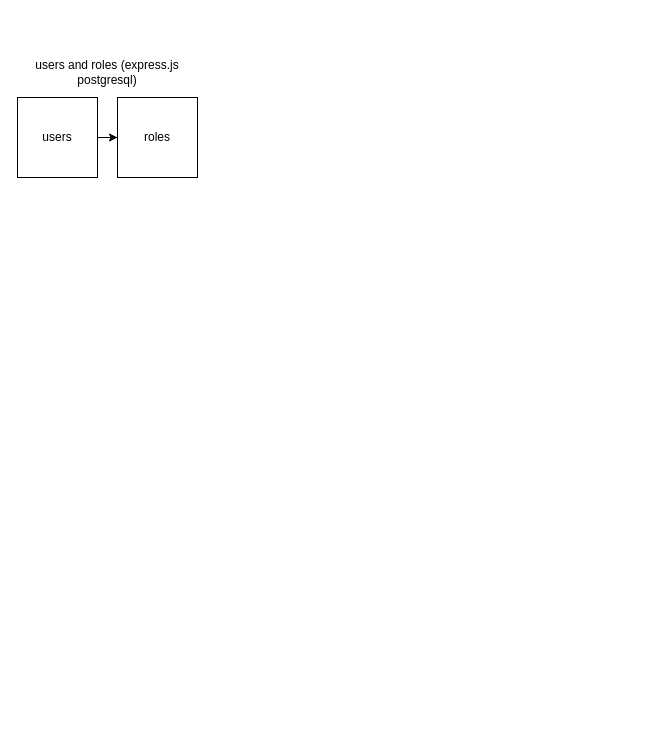
The draw.io diagram Untitled Diagram.drawio in sagsoz06/nextjs-course-demo, before the edit. Source tidied: cells renumbered, new cells numbered last; positions are measured from the earlier drawing's top-left corner, leaving out a move shared by most shapes. Both pictures are drawn from the tidied source at 100%, with x=0, y=0 at pixel (17, 57).
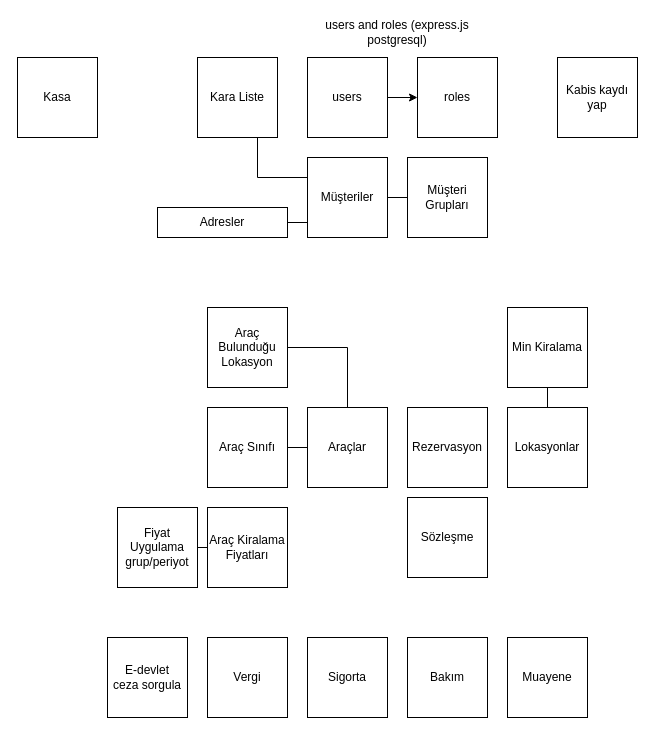
After the change.

Change to the diagram source:
```diff
@@
     <mxCell id="3" value="users" style="whiteSpace=wrap;html=1;" parent="1" vertex="1">
-      <mxGeometry y="40" width="80" height="80" as="geometry" />
+      <mxGeometry x="290" width="80" height="80" as="geometry" />
     </mxCell>
     <mxCell id="4" value="roles" style="whiteSpace=wrap;html=1;" parent="1" vertex="1">
-      <mxGeometry x="100" y="40" width="80" height="80" as="geometry" />
+      <mxGeometry x="400" width="80" height="80" as="geometry" />
     </mxCell>
     <mxCell id="5" value="users and roles (express.js postgresql)" style="text;html=1;strokeColor=none;fillColor=none;align=center;verticalAlign=middle;whiteSpace=wrap;rounded=0;" parent="1" vertex="1">
-      <mxGeometry width="180" height="30" as="geometry" />
+      <mxGeometry x="280" y="-40" width="200" height="30" as="geometry" />
     </mxCell>
+    <mxCell id="6" value="E-devlet&lt;br&gt;ceza sorgula" style="whiteSpace=wrap;html=1;" parent="1" vertex="1">
+      <mxGeometry x="90" y="580" width="80" height="80" as="geometry" />
+    </mxCell>
+    <mxCell id="7" value="Kabis kaydı yap" style="whiteSpace=wrap;html=1;" parent="1" vertex="1">
+      <mxGeometry x="540" width="80" height="80" as="geometry" />
+    </mxCell>
+    <mxCell id="8" value="Araç Bulunduğu Lokasyon" style="whiteSpace=wrap;html=1;" parent="1" vertex="1">
+      <mxGeometry x="190" y="250" width="80" height="80" as="geometry" />
+    </mxCell>
+    <mxCell id="9" value="Rezervasyon" style="whiteSpace=wrap;html=1;" parent="1" vertex="1">
+      <mxGeometry x="390" y="350" width="80" height="80" as="geometry" />
+    </mxCell>
+    <mxCell id="10" style="edgeStyle=orthogonalEdgeStyle;rounded=0;jettySize=auto;html=1;exitX=0.5;exitY=0;exitDx=0;exitDy=0;entryX=1;entryY=0.5;entryDx=0;entryDy=0;endArrow=none;endFill=0;" parent="1" edge="1" source="11" target="8">
+      <mxGeometry relative="1" as="geometry" />
+    </mxCell>
+    <mxCell id="11" value="Araçlar" style="whiteSpace=wrap;html=1;" parent="1" vertex="1">
+      <mxGeometry x="290" y="350" width="80" height="80" as="geometry" />
+    </mxCell>
+    <mxCell id="12" style="edgeStyle=orthogonalEdgeStyle;rounded=0;jettySize=auto;html=1;exitX=1;exitY=0.5;exitDx=0;exitDy=0;entryX=0;entryY=0.5;entryDx=0;entryDy=0;endArrow=none;endFill=0;" parent="1" edge="1" source="13" target="11">
+      <mxGeometry relative="1" as="geometry" />
+    </mxCell>
+    <mxCell id="13" value="Araç Sınıfı" style="whiteSpace=wrap;html=1;" parent="1" vertex="1">
+      <mxGeometry x="190" y="350" width="80" height="80" as="geometry" />
+    </mxCell>
+    <mxCell id="14" style="edgeStyle=orthogonalEdgeStyle;rounded=0;jettySize=auto;html=1;exitX=0;exitY=0.5;exitDx=0;exitDy=0;entryX=1;entryY=0.5;entryDx=0;entryDy=0;endArrow=none;endFill=0;" parent="1" edge="1" source="15" target="16">
+      <mxGeometry relative="1" as="geometry" />
+    </mxCell>
+    <mxCell id="15" value="Araç Kiralama Fiyatları" style="whiteSpace=wrap;html=1;" parent="1" vertex="1">
+      <mxGeometry x="190" y="450" width="80" height="80" as="geometry" />
+    </mxCell>
+    <mxCell id="16" value="Fiyat Uygulama grup/periyot" style="whiteSpace=wrap;html=1;" parent="1" vertex="1">
+      <mxGeometry x="100" y="450" width="80" height="80" as="geometry" />
+    </mxCell>
+    <mxCell id="17" value="Vergi" style="whiteSpace=wrap;html=1;" parent="1" vertex="1">
+      <mxGeometry x="190" y="580" width="80" height="80" as="geometry" />
+    </mxCell>
+    <mxCell id="18" value="Sigorta" style="whiteSpace=wrap;html=1;" parent="1" vertex="1">
+      <mxGeometry x="290" y="580" width="80" height="80" as="geometry" />
+    </mxCell>
+    <mxCell id="19" value="Kasa" style="whiteSpace=wrap;html=1;" parent="1" vertex="1">
+      <mxGeometry width="80" height="80" as="geometry" />
+    </mxCell>
+    <mxCell id="20" value="Sözleşme" style="whiteSpace=wrap;html=1;" parent="1" vertex="1">
+      <mxGeometry x="390" y="440" width="80" height="80" as="geometry" />
+    </mxCell>
+    <mxCell id="21" value="Bakım" style="whiteSpace=wrap;html=1;" parent="1" vertex="1">
+      <mxGeometry x="390" y="580" width="80" height="80" as="geometry" />
+    </mxCell>
+    <mxCell id="22" value="Muayene" style="whiteSpace=wrap;html=1;" parent="1" vertex="1">
+      <mxGeometry x="490" y="580" width="80" height="80" as="geometry" />
+    </mxCell>
+    <mxCell id="23" style="edgeStyle=orthogonalEdgeStyle;rounded=0;jettySize=auto;html=1;exitX=1;exitY=0.5;exitDx=0;exitDy=0;entryX=0;entryY=0.5;entryDx=0;entryDy=0;endArrow=none;endFill=0;" parent="1" edge="1" source="24" target="25">
+      <mxGeometry relative="1" as="geometry" />
+    </mxCell>
+    <mxCell id="24" value="Müşteriler" style="whiteSpace=wrap;html=1;" parent="1" vertex="1">
+      <mxGeometry x="290" y="100" width="80" height="80" as="geometry" />
+    </mxCell>
+    <mxCell id="25" value="Müşteri Grupları" style="whiteSpace=wrap;html=1;" parent="1" vertex="1">
+      <mxGeometry x="390" y="100" width="80" height="80" as="geometry" />
+    </mxCell>
+    <mxCell id="26" style="edgeStyle=orthogonalEdgeStyle;rounded=0;jettySize=auto;html=1;exitX=0.75;exitY=1;exitDx=0;exitDy=0;entryX=0;entryY=0.25;entryDx=0;entryDy=0;endArrow=none;endFill=0;" parent="1" edge="1" source="27" target="24">
+      <mxGeometry relative="1" as="geometry" />
+    </mxCell>
+    <mxCell id="27" value="Kara Liste" style="whiteSpace=wrap;html=1;" parent="1" vertex="1">
+      <mxGeometry x="180" width="80" height="80" as="geometry" />
+    </mxCell>
+    <mxCell id="28" style="edgeStyle=orthogonalEdgeStyle;rounded=0;jettySize=auto;html=1;exitX=0.5;exitY=0;exitDx=0;exitDy=0;entryX=0.5;entryY=1;entryDx=0;entryDy=0;endArrow=none;endFill=0;" parent="1" edge="1" source="29" target="30">
+      <mxGeometry relative="1" as="geometry" />
+    </mxCell>
+    <mxCell id="29" value="Lokasyonlar" style="whiteSpace=wrap;html=1;" parent="1" vertex="1">
+      <mxGeometry x="490" y="350" width="80" height="80" as="geometry" />
+    </mxCell>
+    <mxCell id="30" value="Min Kiralama" style="whiteSpace=wrap;html=1;" parent="1" vertex="1">
+      <mxGeometry x="490" y="250" width="80" height="80" as="geometry" />
+    </mxCell>
+    <mxCell id="31" style="edgeStyle=orthogonalEdgeStyle;rounded=0;jettySize=auto;html=1;exitX=1;exitY=0.5;exitDx=0;exitDy=0;entryX=0;entryY=0.75;entryDx=0;entryDy=0;endArrow=none;endFill=0;" parent="1" edge="1" source="32" target="24">
+      <mxGeometry relative="1" as="geometry" />
+    </mxCell>
+    <mxCell id="32" value="Adresler" style="rounded=0;whiteSpace=wrap;html=1;" parent="1" vertex="1">
+      <mxGeometry x="140" y="150" width="130" height="30" as="geometry" />
+    </mxCell>
```
